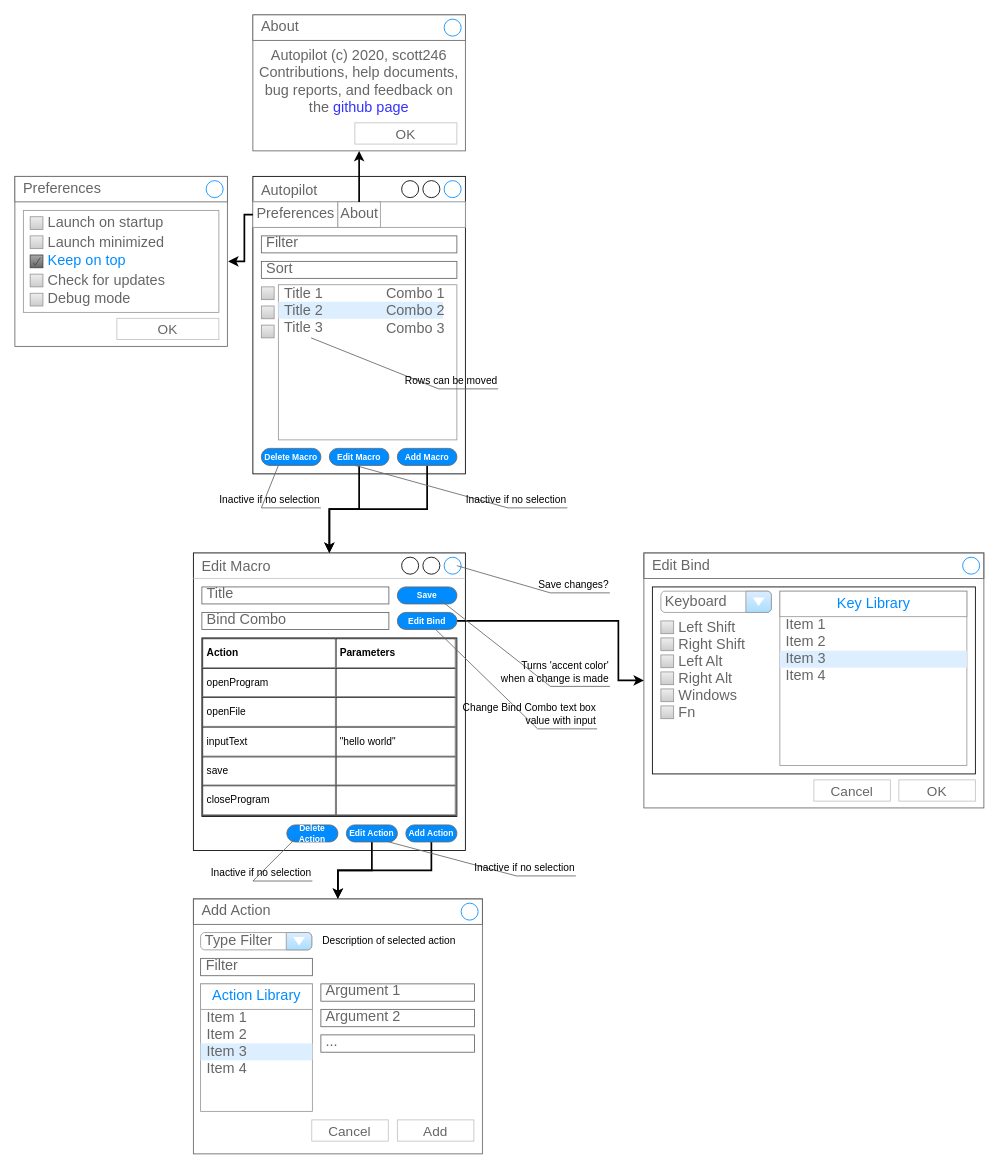
The draw.io diagram autopilot.drawio in scott246/autopilot, before the edit. Source tidied: cells renumbered, new cells numbered last; positions are measured from the earlier drawing's top-left corner, leaving out a move shared by most shapes. Both pictures are drawn from the tidied source at 85%, with x=0, y=0 at pixel (14, 14).
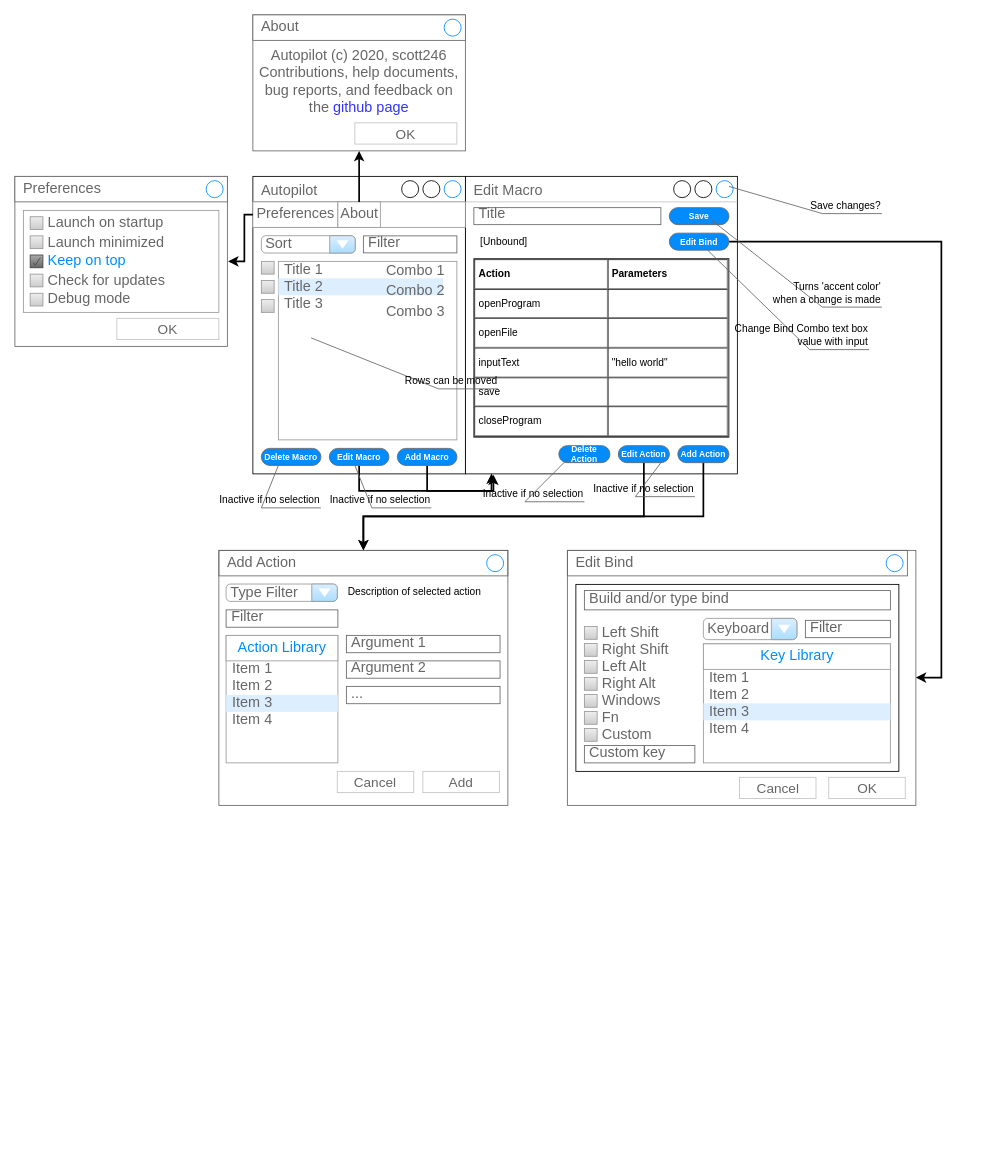
The same diagram, later.

The change refers to these unchanged cells:
```xml
<mxCell id="36" value="Add Action" style="strokeWidth=1;shadow=0;dashed=0;align=center;html=1;shape=mxgraph.mockup.containers.rrect;rSize=0;fontSize=17;fontColor=#666666;strokeColor=#666666;align=left;spacingLeft=8;fillColor=none;" parent="35" vertex="1">
  <mxGeometry width="340" height="30" relative="1" as="geometry" />
</mxCell>
<mxCell id="78" value="Edit Macro" style="strokeWidth=1;shadow=0;dashed=0;align=center;html=1;shape=mxgraph.mockup.buttons.button;strokeColor=#666666;fontColor=#ffffff;mainText=;buttonStyle=round;fontSize=10;fontStyle=1;fillColor=#008cff;whiteSpace=wrap;" parent="1" vertex="1">
  <mxGeometry x="370" y="510" width="70" height="20" as="geometry" />
</mxCell>
<mxCell id="80" value="Add Macro" style="strokeWidth=1;shadow=0;dashed=0;align=center;html=1;shape=mxgraph.mockup.buttons.button;strokeColor=#666666;fontColor=#ffffff;mainText=;buttonStyle=round;fontSize=10;fontStyle=1;fillColor=#008cff;whiteSpace=wrap;" parent="1" vertex="1">
  <mxGeometry x="450" y="510" width="70" height="20" as="geometry" />
</mxCell>
```

Diff of the diagram source:
```diff
@@
     <mxCell id="16" style="strokeWidth=1;shadow=0;dashed=0;align=center;html=1;shape=mxgraph.mockup.containers.rrect;rSize=0;strokeColor=#666666;fontColor=#666666;fontSize=17;verticalAlign=top;whiteSpace=wrap;fillColor=#ffffff;spacingTop=32;" parent="1" vertex="1">
-      <mxGeometry x="740" y="633" width="400" height="300" as="geometry" />
+      <mxGeometry x="650" y="630" width="410" height="300" as="geometry" />
     </mxCell>
@@
     <mxCell id="22" style="strokeWidth=1;shadow=0;dashed=0;align=center;html=1;shape=mxgraph.mockup.forms.rrect;rSize=0;strokeColor=#999999;fillColor=#ffffff;fontSize=12;" parent="16" vertex="1">
-      <mxGeometry x="160" y="45" width="220" height="205" as="geometry" />
+      <mxGeometry x="160" y="110" width="220" height="140" as="geometry" />
     </mxCell>
@@
     <mxCell id="28" value="Keyboard" style="strokeWidth=1;shadow=0;dashed=0;align=center;html=1;shape=mxgraph.mockup.forms.comboBox;strokeColor=#999999;fillColor=#ddeeff;align=left;fillColor2=#aaddff;mainText=;fontColor=#666666;fontSize=17;spacingLeft=3;" parent="16" vertex="1">
-      <mxGeometry x="20" y="45" width="130" height="25" as="geometry" />
+      <mxGeometry x="160" y="80" width="110" height="25" as="geometry" />
     </mxCell>
     <mxCell id="29" value="Left Shift" style="strokeWidth=1;shadow=0;dashed=0;align=center;html=1;shape=mxgraph.mockup.forms.rrect;rSize=0;fillColor=#eeeeee;strokeColor=#999999;gradientColor=#cccccc;align=left;spacingLeft=4;fontSize=17;fontColor=#666666;labelPosition=right;" parent="16" vertex="1">
-      <mxGeometry x="20" y="80" width="15" height="15" as="geometry" />
+      <mxGeometry x="20" y="89.6" width="15" height="15" as="geometry" />
     </mxCell>
     <mxCell id="30" value="Right Shift" style="strokeWidth=1;shadow=0;dashed=0;align=center;html=1;shape=mxgraph.mockup.forms.rrect;rSize=0;fillColor=#eeeeee;strokeColor=#999999;gradientColor=#cccccc;align=left;spacingLeft=4;fontSize=17;fontColor=#666666;labelPosition=right;" parent="16" vertex="1">
-      <mxGeometry x="20" y="100" width="15" height="15" as="geometry" />
+      <mxGeometry x="20" y="109.6" width="15" height="15" as="geometry" />
     </mxCell>
     <mxCell id="31" value="Left Alt" style="strokeWidth=1;shadow=0;dashed=0;align=center;html=1;shape=mxgraph.mockup.forms.rrect;rSize=0;fillColor=#eeeeee;strokeColor=#999999;gradientColor=#cccccc;align=left;spacingLeft=4;fontSize=17;fontColor=#666666;labelPosition=right;" parent="16" vertex="1">
-      <mxGeometry x="20" y="120" width="15" height="15" as="geometry" />
+      <mxGeometry x="20" y="129.6" width="15" height="15" as="geometry" />
     </mxCell>
     <mxCell id="32" value="Right Alt" style="strokeWidth=1;shadow=0;dashed=0;align=center;html=1;shape=mxgraph.mockup.forms.rrect;rSize=0;fillColor=#eeeeee;strokeColor=#999999;gradientColor=#cccccc;align=left;spacingLeft=4;fontSize=17;fontColor=#666666;labelPosition=right;" parent="16" vertex="1">
-      <mxGeometry x="20" y="140" width="15" height="15" as="geometry" />
+      <mxGeometry x="20" y="149.6" width="15" height="15" as="geometry" />
     </mxCell>
     <mxCell id="33" value="Windows" style="strokeWidth=1;shadow=0;dashed=0;align=center;html=1;shape=mxgraph.mockup.forms.rrect;rSize=0;fillColor=#eeeeee;strokeColor=#999999;gradientColor=#cccccc;align=left;spacingLeft=4;fontSize=17;fontColor=#666666;labelPosition=right;" parent="16" vertex="1">
-      <mxGeometry x="20" y="160" width="15" height="15" as="geometry" />
+      <mxGeometry x="20" y="169.6" width="15" height="15" as="geometry" />
     </mxCell>
     <mxCell id="34" value="Fn" style="strokeWidth=1;shadow=0;dashed=0;align=center;html=1;shape=mxgraph.mockup.forms.rrect;rSize=0;fillColor=#eeeeee;strokeColor=#999999;gradientColor=#cccccc;align=left;spacingLeft=4;fontSize=17;fontColor=#666666;labelPosition=right;" parent="16" vertex="1">
-      <mxGeometry x="20" y="180" width="15" height="15" as="geometry" />
+      <mxGeometry x="20" y="189.6" width="15" height="15" as="geometry" />
     </mxCell>
+    <mxCell id="95" value="Custom" style="strokeWidth=1;shadow=0;dashed=0;align=center;html=1;shape=mxgraph.mockup.forms.rrect;rSize=0;fillColor=#eeeeee;strokeColor=#999999;gradientColor=#cccccc;align=left;spacingLeft=4;fontSize=17;fontColor=#666666;labelPosition=right;" parent="16" vertex="1">
+      <mxGeometry x="20" y="209.6" width="15" height="15" as="geometry" />
+    </mxCell>
+    <mxCell id="96" value="Custom key" style="strokeWidth=1;shadow=0;dashed=0;align=center;html=1;shape=mxgraph.mockup.text.textBox;fontColor=#666666;align=left;fontSize=17;spacingLeft=4;spacingTop=-3;strokeColor=#666666;mainText=;" parent="16" vertex="1">
+      <mxGeometry x="20" y="229.6" width="130" height="20.4" as="geometry" />
+    </mxCell>
+    <mxCell id="97" value="Build and/or type bind" style="strokeWidth=1;shadow=0;dashed=0;align=center;html=1;shape=mxgraph.mockup.text.textBox;fontColor=#666666;align=left;fontSize=17;spacingLeft=4;spacingTop=-3;strokeColor=#666666;mainText=;" parent="16" vertex="1">
+      <mxGeometry x="20" y="47.3" width="360" height="22.7" as="geometry" />
+    </mxCell>
+    <mxCell id="98" value="Filter" style="strokeWidth=1;shadow=0;dashed=0;align=center;html=1;shape=mxgraph.mockup.text.textBox;fontColor=#666666;align=left;fontSize=17;spacingLeft=4;spacingTop=-3;strokeColor=#666666;mainText=;" parent="16" vertex="1">
+      <mxGeometry x="280" y="82.3" width="100" height="20.4" as="geometry" />
+    </mxCell>
     <mxCell id="35" style="strokeWidth=1;shadow=0;dashed=0;align=center;html=1;shape=mxgraph.mockup.containers.rrect;rSize=0;strokeColor=#666666;fontColor=#666666;fontSize=17;verticalAlign=top;whiteSpace=wrap;fillColor=#ffffff;spacingTop=32;" parent="1" vertex="1">
-      <mxGeometry x="210" y="1040" width="340" height="300" as="geometry" />
+      <mxGeometry x="240" y="630" width="340" height="300" as="geometry" />
     </mxCell>
@@
     <mxCell id="52" value="Edit Macro" style="strokeWidth=1;shadow=0;dashed=0;align=center;html=1;shape=mxgraph.mockup.containers.window;align=left;verticalAlign=top;spacingLeft=8;strokeColor2=#008cff;strokeColor3=#c4c4c4;fontColor=#666666;mainText=;fontSize=17;labelBackgroundColor=none;" parent="1" vertex="1">
-      <mxGeometry x="210" y="633" width="320" height="350" as="geometry" />
+      <mxGeometry x="530" y="190" width="320" height="350" as="geometry" />
     </mxCell>
     <mxCell id="53" value="&lt;table cellpadding=&quot;4&quot; cellspacing=&quot;0&quot; border=&quot;1&quot; style=&quot;font-size: 1em ; width: 100% ; height: 100%&quot;&gt;&lt;tbody&gt;&lt;tr&gt;&lt;th&gt;Action&lt;/th&gt;&lt;td&gt;&lt;b&gt;Parameters&lt;/b&gt;&lt;/td&gt;&lt;/tr&gt;&lt;tr&gt;&lt;td&gt;openProgram&lt;/td&gt;&lt;td&gt;&lt;br&gt;&lt;/td&gt;&lt;/tr&gt;&lt;tr&gt;&lt;td&gt;openFile&lt;/td&gt;&lt;td&gt;&lt;br&gt;&lt;/td&gt;&lt;/tr&gt;&lt;tr&gt;&lt;td&gt;inputText&lt;/td&gt;&lt;td&gt;&quot;hello world&quot;&lt;/td&gt;&lt;/tr&gt;&lt;tr&gt;&lt;td&gt;save&lt;/td&gt;&lt;td&gt;&lt;br&gt;&lt;/td&gt;&lt;/tr&gt;&lt;tr&gt;&lt;td&gt;closeProgram&lt;/td&gt;&lt;td&gt;&lt;br&gt;&lt;/td&gt;&lt;/tr&gt;&lt;/tbody&gt;&lt;/table&gt; " style="verticalAlign=top;align=left;overflow=fill;fontSize=12;fontFamily=Helvetica;html=1;" parent="1" vertex="1">
-      <mxGeometry x="220" y="733" width="300" height="210" as="geometry" />
+      <mxGeometry x="540" y="286.8" width="300" height="210" as="geometry" />
     </mxCell>
     <mxCell id="54" value="Title" style="strokeWidth=1;shadow=0;dashed=0;align=center;html=1;shape=mxgraph.mockup.text.textBox;fontColor=#666666;align=left;fontSize=17;spacingLeft=4;spacingTop=-3;strokeColor=#666666;mainText=;" parent="1" vertex="1">
-      <mxGeometry x="220" y="673" width="220" height="20" as="geometry" />
+      <mxGeometry x="540" y="226.8" width="220" height="20" as="geometry" />
     </mxCell>
-    <mxCell id="55" value="Bind Combo" style="strokeWidth=1;shadow=0;dashed=0;align=center;html=1;shape=mxgraph.mockup.text.textBox;fontColor=#666666;align=left;fontSize=17;spacingLeft=4;spacingTop=-3;strokeColor=#666666;mainText=;" parent="1" vertex="1">
-      <mxGeometry x="220" y="703" width="220" height="20" as="geometry" />
-    </mxCell>
     <mxCell id="56" value="Save" style="strokeWidth=1;shadow=0;dashed=0;align=center;html=1;shape=mxgraph.mockup.buttons.button;strokeColor=#666666;fontColor=#ffffff;mainText=;buttonStyle=round;fontSize=10;fontStyle=1;fillColor=#008cff;whiteSpace=wrap;" parent="1" vertex="1">
-      <mxGeometry x="450" y="673" width="70" height="20" as="geometry" />
+      <mxGeometry x="770" y="226.8" width="70" height="20" as="geometry" />
     </mxCell>
-    <mxCell id="57" style="edgeStyle=orthogonalEdgeStyle;rounded=0;jettySize=auto;html=1;strokeColor=#000000;strokeWidth=2;" parent="1" edge="1" source="58" target="16">
+    <mxCell id="57" style="edgeStyle=orthogonalEdgeStyle;rounded=0;jettySize=auto;html=1;strokeColor=#000000;strokeWidth=2;entryX=1;entryY=0.499;entryDx=0;entryDy=0;entryPerimeter=0;" parent="1" edge="1" source="58" target="16">
       <mxGeometry relative="1" as="geometry">
         <Array as="points">
-          <mxPoint x="710" y="713" />
-          <mxPoint x="710" y="783" />
+          <mxPoint x="1090" y="267" />
+          <mxPoint x="1090" y="780" />
         </Array>
       </mxGeometry>
     </mxCell>
     <mxCell id="58" value="Edit Bind" style="strokeWidth=1;shadow=0;dashed=0;align=center;html=1;shape=mxgraph.mockup.buttons.button;strokeColor=#666666;fontColor=#ffffff;mainText=;buttonStyle=round;fontSize=10;fontStyle=1;fillColor=#008cff;whiteSpace=wrap;" parent="1" vertex="1">
-      <mxGeometry x="450" y="703" width="70" height="20" as="geometry" />
+      <mxGeometry x="770" y="256.8" width="70" height="20" as="geometry" />
     </mxCell>
     <mxCell id="59" style="edgeStyle=orthogonalEdgeStyle;rounded=0;jettySize=auto;html=1;strokeColor=#000000;strokeWidth=2;" parent="1" edge="1" source="60" target="36">
-      <mxGeometry relative="1" as="geometry" />
+      <mxGeometry relative="1" as="geometry">
+        <Array as="points">
+          <mxPoint x="810" y="590" />
+          <mxPoint x="410" y="590" />
+        </Array>
+      </mxGeometry>
     </mxCell>
     <mxCell id="60" value="&lt;font style=&quot;font-size: 10px&quot;&gt;Add Action&lt;/font&gt;" style="strokeWidth=1;shadow=0;dashed=0;align=center;html=1;shape=mxgraph.mockup.buttons.button;strokeColor=#666666;fontColor=#ffffff;mainText=;buttonStyle=round;fontSize=10;fontStyle=1;fillColor=#008cff;whiteSpace=wrap;" parent="1" vertex="1">
-      <mxGeometry x="460" y="953" width="60" height="20" as="geometry" />
+      <mxGeometry x="780" y="506.8" width="60" height="20" as="geometry" />
     </mxCell>
     <mxCell id="61" value="&lt;font style=&quot;font-size: 10px&quot;&gt;Delete Action&lt;/font&gt;" style="strokeWidth=1;shadow=0;dashed=0;align=center;html=1;shape=mxgraph.mockup.buttons.button;strokeColor=#666666;fontColor=#ffffff;mainText=;buttonStyle=round;fontSize=10;fontStyle=1;fillColor=#008cff;whiteSpace=wrap;" parent="1" vertex="1">
-      <mxGeometry x="320" y="953" width="60" height="20" as="geometry" />
+      <mxGeometry x="640" y="506.8" width="60" height="20" as="geometry" />
     </mxCell>
     <mxCell id="62" value="Turns 'accent color' &lt;br&gt;when a change is made" style="strokeWidth=1;shadow=0;dashed=0;align=center;html=1;shape=mxgraph.mockup.text.callout;linkText=;textSize=17;textColor=#666666;callDir=SE;callStyle=line;fontSize=12;fontColor=#000000;align=right;verticalAlign=bottom;strokeColor=#666666;" parent="1" vertex="1">
-      <mxGeometry x="500" y="688" width="200" height="102" as="geometry" />
+      <mxGeometry x="820" y="241.8" width="200" height="102" as="geometry" />
     </mxCell>
@@
     <mxCell id="64" style="strokeWidth=1;shadow=0;dashed=0;align=center;html=1;shape=mxgraph.mockup.forms.rrect;rSize=0;strokeColor=#999999;fillColor=#ffffff;" parent="1" vertex="1">
-      <mxGeometry x="310" y="317.5" width="210" height="182.5" as="geometry" />
+      <mxGeometry x="310" y="290" width="210" height="210" as="geometry" />
     </mxCell>
@@
     <mxCell id="68" value="Combo 1" style="strokeWidth=1;shadow=0;dashed=0;align=center;html=1;shape=mxgraph.mockup.forms.anchor;fontSize=17;fontColor=#666666;align=left;spacingLeft=5;" parent="64" vertex="1">
-      <mxGeometry x="120" width="90" height="20" as="geometry" />
+      <mxGeometry x="120" width="90" height="23" as="geometry" />
     </mxCell>
     <mxCell id="69" value="Combo 3" style="strokeWidth=1;shadow=0;dashed=0;align=center;html=1;shape=mxgraph.mockup.forms.anchor;fontSize=17;fontColor=#666666;align=left;spacingLeft=5;" parent="64" vertex="1">
-      <mxGeometry x="120" y="42.5" width="90" height="20" as="geometry" />
+      <mxGeometry x="120" y="48.9" width="90" height="23" as="geometry" />
     </mxCell>
     <mxCell id="70" value="Combo 2" style="strokeWidth=1;shadow=0;dashed=0;align=center;html=1;shape=mxgraph.mockup.forms.anchor;fontSize=17;fontColor=#666666;align=left;spacingLeft=5;" parent="64" vertex="1">
-      <mxGeometry x="120" y="20" width="90" height="20" as="geometry" />
+      <mxGeometry x="120" y="23" width="90" height="23" as="geometry" />
     </mxCell>
     <mxCell id="71" value="Filter" style="strokeWidth=1;shadow=0;dashed=0;align=center;html=1;shape=mxgraph.mockup.text.textBox;fontColor=#666666;align=left;fontSize=17;spacingLeft=4;spacingTop=-3;strokeColor=#666666;mainText=;" parent="1" vertex="1">
-      <mxGeometry x="290" y="260" width="230" height="20" as="geometry" />
+      <mxGeometry x="410" y="260" width="110" height="20" as="geometry" />
     </mxCell>
@@
-    <mxCell id="75" value="Sort" style="strokeWidth=1;shadow=0;dashed=0;align=center;html=1;shape=mxgraph.mockup.text.textBox;fontColor=#666666;align=left;fontSize=17;spacingLeft=4;spacingTop=-3;strokeColor=#666666;mainText=;" parent="1" vertex="1">
-      <mxGeometry x="290" y="290" width="230" height="20" as="geometry" />
-    </mxCell>
@@
-    <mxCell id="77" style="edgeStyle=orthogonalEdgeStyle;rounded=0;jettySize=auto;html=1;strokeColor=#000000;strokeWidth=2;" parent="1" edge="1" source="78" target="52">
-      <mxGeometry relative="1" as="geometry" />
+    <mxCell id="77" style="edgeStyle=orthogonalEdgeStyle;rounded=0;jettySize=auto;html=1;strokeColor=#000000;strokeWidth=2;entryX=0.096;entryY=0.999;entryDx=0;entryDy=0;entryPerimeter=0;" parent="1" edge="1" source="78" target="52">
+      <mxGeometry relative="1" as="geometry">
+        <Array as="points">
+          <mxPoint x="405" y="560" />
+          <mxPoint x="561" y="560" />
+        </Array>
+      </mxGeometry>
     </mxCell>
@@
-    <mxCell id="79" style="edgeStyle=orthogonalEdgeStyle;rounded=0;jettySize=auto;html=1;strokeColor=#000000;strokeWidth=2;" parent="1" edge="1" source="80" target="52">
-      <mxGeometry relative="1" as="geometry" />
+    <mxCell id="79" style="edgeStyle=orthogonalEdgeStyle;rounded=0;jettySize=auto;html=1;strokeColor=#000000;strokeWidth=2;" parent="1" edge="1" source="80">
+      <mxGeometry relative="1" as="geometry">
+        <mxPoint x="563" y="541" as="targetPoint" />
+        <Array as="points">
+          <mxPoint x="485" y="560" />
+          <mxPoint x="563" y="560" />
+        </Array>
+      </mxGeometry>
     </mxCell>
@@
     <mxCell id="81" style="edgeStyle=orthogonalEdgeStyle;rounded=0;jettySize=auto;html=1;strokeColor=#000000;strokeWidth=2;" parent="1" edge="1" source="82" target="36">
-      <mxGeometry relative="1" as="geometry" />
+      <mxGeometry relative="1" as="geometry">
+        <Array as="points">
+          <mxPoint x="740" y="590" />
+          <mxPoint x="410" y="590" />
+        </Array>
+      </mxGeometry>
     </mxCell>
     <mxCell id="82" value="&lt;font style=&quot;font-size: 10px&quot;&gt;Edit Action&lt;/font&gt;" style="strokeWidth=1;shadow=0;dashed=0;align=center;html=1;shape=mxgraph.mockup.buttons.button;strokeColor=#666666;fontColor=#ffffff;mainText=;buttonStyle=round;fontSize=10;fontStyle=1;fillColor=#008cff;whiteSpace=wrap;" parent="1" vertex="1">
-      <mxGeometry x="390" y="953" width="60" height="20" as="geometry" />
+      <mxGeometry x="710" y="506.8" width="60" height="20" as="geometry" />
     </mxCell>
     <mxCell id="83" style="strokeWidth=1;shadow=0;dashed=0;align=center;html=1;shape=mxgraph.mockup.forms.rrect;rSize=0;fillColor=#eeeeee;strokeColor=#999999;gradientColor=#cccccc;align=left;spacingLeft=4;fontSize=17;fontColor=#666666;labelPosition=right;" parent="1" vertex="1">
-      <mxGeometry x="290" y="365" width="15" height="15" as="geometry" />
+      <mxGeometry x="290" y="335" width="15" height="15" as="geometry" />
     </mxCell>
     <mxCell id="84" style="strokeWidth=1;shadow=0;dashed=0;align=center;html=1;shape=mxgraph.mockup.forms.rrect;rSize=0;fillColor=#eeeeee;strokeColor=#999999;gradientColor=#cccccc;align=left;spacingLeft=4;fontSize=17;fontColor=#666666;labelPosition=right;" parent="1" vertex="1">
-      <mxGeometry x="290" y="342.5" width="15" height="15" as="geometry" />
+      <mxGeometry x="290" y="312.5" width="15" height="15" as="geometry" />
     </mxCell>
     <mxCell id="85" style="strokeWidth=1;shadow=0;dashed=0;align=center;html=1;shape=mxgraph.mockup.forms.rrect;rSize=0;fillColor=#eeeeee;strokeColor=#999999;gradientColor=#cccccc;align=left;spacingLeft=4;fontSize=17;fontColor=#666666;labelPosition=right;" parent="1" vertex="1">
-      <mxGeometry x="290" y="320" width="15" height="15" as="geometry" />
+      <mxGeometry x="290" y="290" width="15" height="15" as="geometry" />
     </mxCell>
     <mxCell id="86" value="Save changes?" style="strokeWidth=1;shadow=0;dashed=0;align=center;html=1;shape=mxgraph.mockup.text.callout;linkText=;textSize=17;textColor=#666666;callDir=SE;callStyle=line;fontSize=12;fontColor=#000000;align=right;verticalAlign=bottom;strokeColor=#666666;" parent="1" vertex="1">
-      <mxGeometry x="520" y="648" width="180" height="32" as="geometry" />
+      <mxGeometry x="840" y="201.8" width="180" height="32" as="geometry" />
     </mxCell>
     <mxCell id="87" value="Change Bind Combo text box &lt;br&gt;value with input" style="strokeWidth=1;shadow=0;dashed=0;align=center;html=1;shape=mxgraph.mockup.text.callout;linkText=;textSize=17;textColor=#666666;callDir=SE;callStyle=line;fontSize=12;fontColor=#000000;align=right;verticalAlign=bottom;strokeColor=#666666;" parent="1" vertex="1">
-      <mxGeometry x="495" y="723" width="190" height="117" as="geometry" />
+      <mxGeometry x="815" y="276.8" width="190" height="117" as="geometry" />
     </mxCell>
@@
     <mxCell id="89" value="Inactive if no selection" style="strokeWidth=1;shadow=0;dashed=0;align=center;html=1;shape=mxgraph.mockup.text.callout;linkText=;textSize=17;textColor=#666666;callDir=SE;callStyle=line;fontSize=12;fontColor=#000000;align=right;verticalAlign=bottom;strokeColor=#666666;" parent="1" vertex="1">
-      <mxGeometry x="440" y="973" width="220" height="40" as="geometry" />
+      <mxGeometry x="760" y="526.8" width="40" height="40" as="geometry" />
     </mxCell>
     <mxCell id="90" value="Inactive if no selection" style="strokeWidth=1;shadow=0;dashed=0;align=center;html=1;shape=mxgraph.mockup.text.callout;linkText=;textSize=17;textColor=#666666;callDir=SE;callStyle=line;fontSize=12;fontColor=#000000;align=right;verticalAlign=bottom;strokeColor=#666666;" parent="1" vertex="1">
-      <mxGeometry x="400" y="530" width="250" height="50" as="geometry" />
+      <mxGeometry x="400" y="530" width="90" height="50" as="geometry" />
     </mxCell>
@@
     <mxCell id="92" value="Inactive if no selection" style="strokeWidth=1;shadow=0;dashed=0;align=center;html=1;shape=mxgraph.mockup.text.callout;linkText=;textSize=17;textColor=#666666;callDir=SE;callStyle=line;fontSize=12;fontColor=#000000;align=right;verticalAlign=bottom;strokeColor=#666666;" parent="1" vertex="1">
-      <mxGeometry x="330" y="969" width="20" height="50" as="geometry" />
+      <mxGeometry x="650" y="522.8" width="20" height="50" as="geometry" />
     </mxCell>
@@
+    <mxCell id="75" value="Sort" style="strokeWidth=1;shadow=0;dashed=0;align=center;html=1;shape=mxgraph.mockup.forms.comboBox;strokeColor=#999999;fillColor=#ddeeff;align=left;fillColor2=#aaddff;mainText=;fontColor=#666666;fontSize=17;spacingLeft=3;" parent="1" vertex="1">
+      <mxGeometry x="290" y="259.8" width="110.4" height="20.4" as="geometry" />
+    </mxCell>
+    <mxCell id="99" value="[Unbound]" style="text;html=1;align=center;verticalAlign=middle;" parent="1" vertex="1">
+      <mxGeometry x="540" y="256.8" width="70" height="20" as="geometry" />
+    </mxCell>
```
